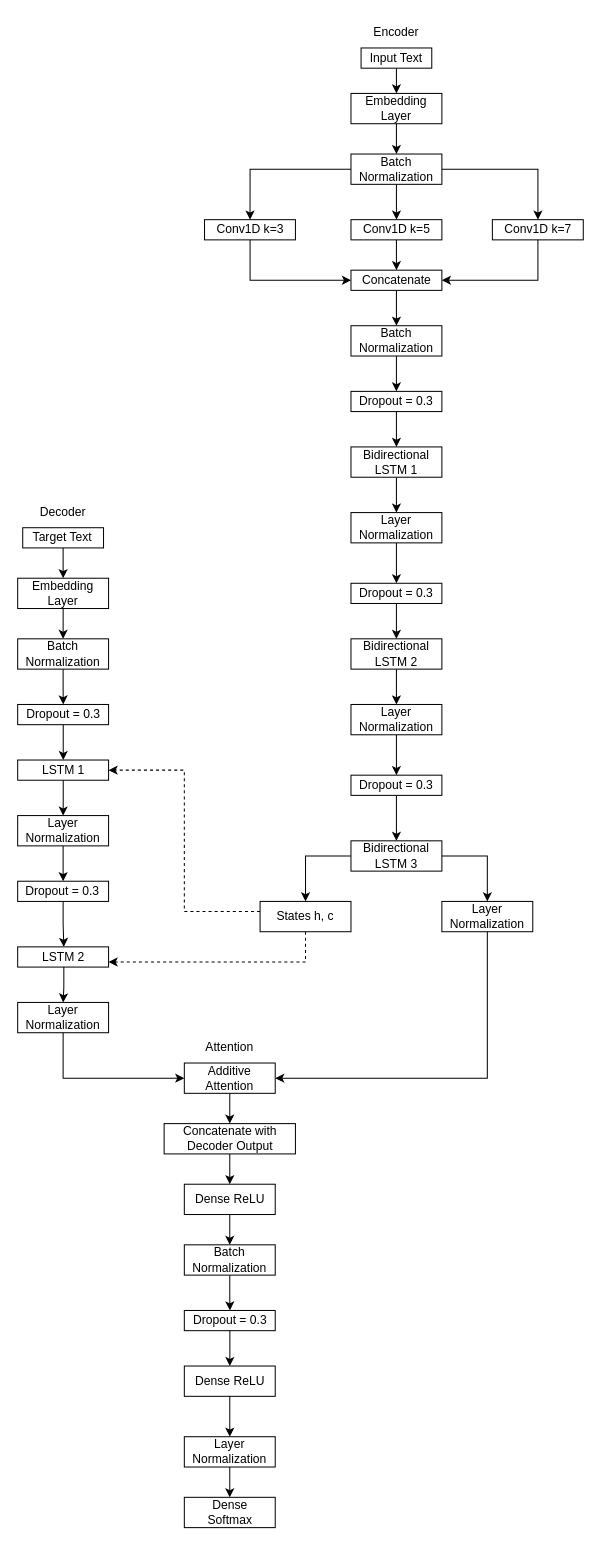
Earlier version of the draw.io diagram Untitled Diagram.drawio (y-lims/DADS7203_NLP). Source tidied: cells renumbered, new cells numbered last; positions are measured from the earlier drawing's top-left corner, leaving out a move shared by most shapes. Both pictures are drawn from the tidied source at 101%, with x=0, y=0 at pixel (17, 17).
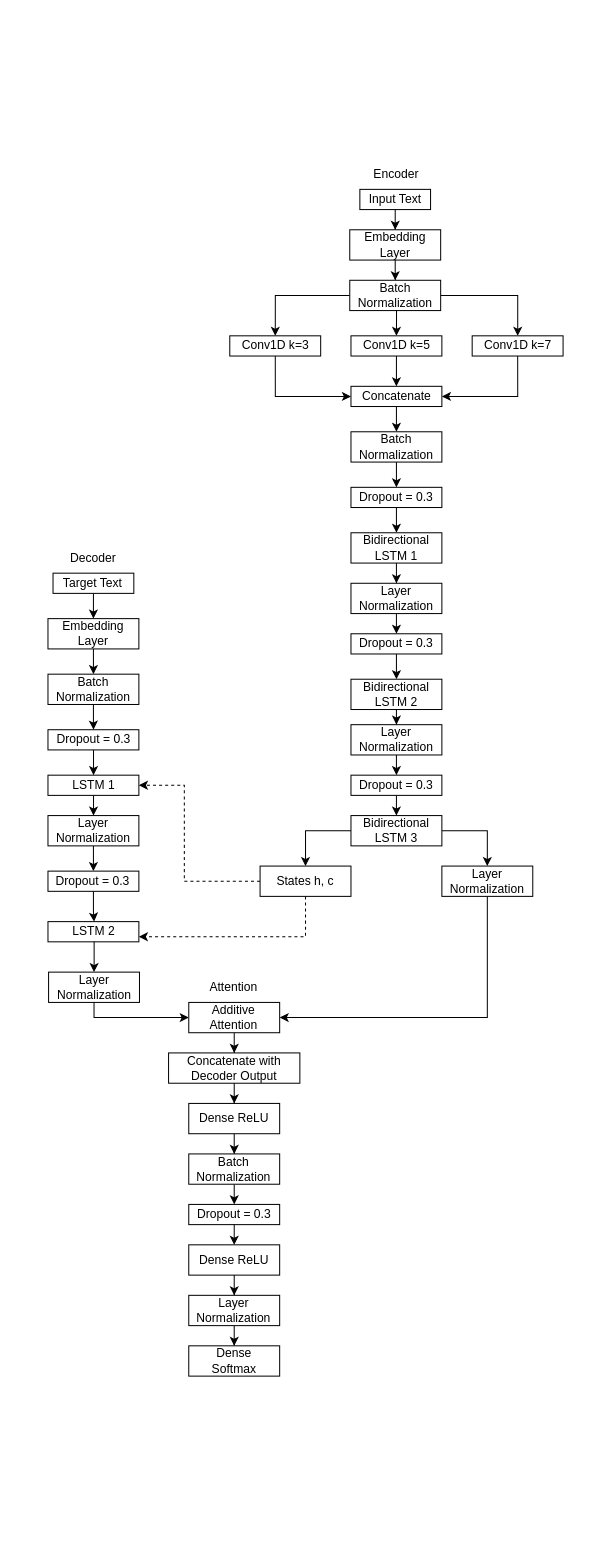
After the change.

Change to the diagram source:
```diff
@@
     <mxCell id="3" style="rounded=0;whiteSpace=wrap;html=1;" parent="1" vertex="1">
-      <mxGeometry x="340" y="30" width="70" height="20" as="geometry" />
+      <mxGeometry x="338.8" y="170" width="70" height="20" as="geometry" />
     </mxCell>
     <mxCell id="4" value="Input Text" style="text;html=1;align=center;verticalAlign=middle;whiteSpace=wrap;rounded=0;" parent="1" vertex="1">
-      <mxGeometry x="345" y="25" width="60" height="30" as="geometry" />
+      <mxGeometry x="343.8" y="165" width="60" height="30" as="geometry" />
     </mxCell>
     <mxCell id="5" value="Encoder" style="text;html=1;align=center;verticalAlign=middle;whiteSpace=wrap;rounded=0;" parent="1" vertex="1">
-      <mxGeometry x="345" width="60" height="30" as="geometry" />
+      <mxGeometry x="345" y="140" width="60" height="30" as="geometry" />
     </mxCell>
@@
     <mxCell id="7" style="rounded=0;whiteSpace=wrap;html=1;" parent="1" vertex="1">
-      <mxGeometry x="330" y="75" width="90" height="30" as="geometry" />
+      <mxGeometry x="328.8" y="210" width="90" height="30" as="geometry" />
     </mxCell>
     <mxCell id="8" value="Embedding Layer" style="text;html=1;align=center;verticalAlign=middle;whiteSpace=wrap;rounded=0;" parent="1" vertex="1">
-      <mxGeometry x="345" y="75" width="60" height="30" as="geometry" />
+      <mxGeometry x="343.8" y="210" width="60" height="30" as="geometry" />
     </mxCell>
-    <mxCell id="9" style="edgeStyle=orthogonalEdgeStyle;rounded=0;jettySize=auto;html=1;entryX=0.5;entryY=0;entryDx=0;entryDy=0;" parent="1" edge="1" source="12" target="16">
-      <mxGeometry relative="1" as="geometry" />
-    </mxCell>
@@
     <mxCell id="12" style="rounded=0;whiteSpace=wrap;html=1;" parent="1" vertex="1">
-      <mxGeometry x="330" y="135" width="90" height="30" as="geometry" />
+      <mxGeometry x="328.8" y="260" width="90" height="30" as="geometry" />
     </mxCell>
+    <mxCell id="113" style="edgeStyle=orthogonalEdgeStyle;rounded=0;jettySize=auto;html=1;exitX=0.5;exitY=1;exitDx=0;exitDy=0;entryX=0.5;entryY=0;entryDx=0;entryDy=0;" parent="1" edge="1" source="13" target="16">
+      <mxGeometry relative="1" as="geometry" />
+    </mxCell>
     <mxCell id="13" value="Batch Normalization" style="text;html=1;align=center;verticalAlign=middle;whiteSpace=wrap;rounded=0;" parent="1" vertex="1">
-      <mxGeometry x="345" y="135" width="60" height="30" as="geometry" />
+      <mxGeometry x="343.8" y="260" width="60" height="30" as="geometry" />
     </mxCell>
@@
     <mxCell id="15" style="rounded=0;whiteSpace=wrap;html=1;" parent="1" vertex="1">
-      <mxGeometry x="330" y="200" width="90" height="20" as="geometry" />
+      <mxGeometry x="330" y="315" width="90" height="20" as="geometry" />
     </mxCell>
     <mxCell id="16" value="Conv1D k=5" style="text;html=1;align=center;verticalAlign=middle;whiteSpace=wrap;rounded=0;" parent="1" vertex="1">
-      <mxGeometry x="338.8" y="200" width="72.5" height="20" as="geometry" />
+      <mxGeometry x="338.8" y="315" width="72.5" height="20" as="geometry" />
     </mxCell>
     <mxCell id="17" style="rounded=0;whiteSpace=wrap;html=1;" parent="1" vertex="1">
-      <mxGeometry x="470" y="200" width="90" height="20" as="geometry" />
+      <mxGeometry x="450" y="315" width="90" height="20" as="geometry" />
     </mxCell>
-    <mxCell id="18" style="edgeStyle=orthogonalEdgeStyle;rounded=0;jettySize=auto;html=1;entryX=1;entryY=0.5;entryDx=0;entryDy=0;" parent="1" edge="1" source="19" target="24">
-      <mxGeometry relative="1" as="geometry">
-        <Array as="points">
-          <mxPoint x="515" y="260" />
-        </Array>
-      </mxGeometry>
+    <mxCell id="18" style="edgeStyle=orthogonalEdgeStyle;rounded=0;jettySize=auto;html=1;exitX=0.5;exitY=1;exitDx=0;exitDy=0;entryX=1;entryY=0.5;entryDx=0;entryDy=0;" parent="1" edge="1" source="19" target="24">
+      <mxGeometry relative="1" as="geometry" />
     </mxCell>
     <mxCell id="19" value="Conv1D k=7" style="text;html=1;align=center;verticalAlign=middle;whiteSpace=wrap;rounded=0;" parent="1" vertex="1">
-      <mxGeometry x="478.8" y="200" width="72.5" height="20" as="geometry" />
+      <mxGeometry x="458.8" y="315" width="72.5" height="20" as="geometry" />
     </mxCell>
     <mxCell id="20" style="rounded=0;whiteSpace=wrap;html=1;" parent="1" vertex="1">
-      <mxGeometry x="185" y="200" width="90" height="20" as="geometry" />
+      <mxGeometry x="210" y="315" width="90" height="20" as="geometry" />
     </mxCell>
-    <mxCell id="21" style="edgeStyle=orthogonalEdgeStyle;rounded=0;jettySize=auto;html=1;entryX=0;entryY=0.5;entryDx=0;entryDy=0;" parent="1" edge="1" source="22" target="24">
-      <mxGeometry relative="1" as="geometry">
-        <Array as="points">
-          <mxPoint x="230" y="260" />
-        </Array>
-      </mxGeometry>
+    <mxCell id="21" style="edgeStyle=orthogonalEdgeStyle;rounded=0;jettySize=auto;html=1;exitX=0.5;exitY=1;exitDx=0;exitDy=0;entryX=0;entryY=0.5;entryDx=0;entryDy=0;" parent="1" edge="1" source="22" target="24">
+      <mxGeometry relative="1" as="geometry" />
     </mxCell>
     <mxCell id="22" value="Conv1D k=3" style="text;html=1;align=center;verticalAlign=middle;whiteSpace=wrap;rounded=0;" parent="1" vertex="1">
-      <mxGeometry x="193.8" y="200" width="72.5" height="20" as="geometry" />
+      <mxGeometry x="218.8" y="315" width="72.5" height="20" as="geometry" />
     </mxCell>
@@
     <mxCell id="24" style="rounded=0;whiteSpace=wrap;html=1;" parent="1" vertex="1">
-      <mxGeometry x="330" y="250" width="90" height="20" as="geometry" />
+      <mxGeometry x="330" y="365" width="90" height="20" as="geometry" />
     </mxCell>
     <mxCell id="25" value="Concatenate" style="text;html=1;align=center;verticalAlign=middle;whiteSpace=wrap;rounded=0;" parent="1" vertex="1">
-      <mxGeometry x="342.5" y="250" width="65" height="20" as="geometry" />
+      <mxGeometry x="342.5" y="365" width="65" height="20" as="geometry" />
     </mxCell>
@@
     <mxCell id="27" style="rounded=0;whiteSpace=wrap;html=1;" parent="1" vertex="1">
-      <mxGeometry x="330" y="305" width="90" height="30" as="geometry" />
+      <mxGeometry x="330" y="410" width="90" height="30" as="geometry" />
     </mxCell>
     <mxCell id="28" value="Batch Normalization" style="text;html=1;align=center;verticalAlign=middle;whiteSpace=wrap;rounded=0;" parent="1" vertex="1">
-      <mxGeometry x="345" y="305" width="60" height="30" as="geometry" />
+      <mxGeometry x="345" y="410" width="60" height="30" as="geometry" />
     </mxCell>
     <mxCell id="29" style="rounded=0;whiteSpace=wrap;html=1;" parent="1" vertex="1">
-      <mxGeometry x="330" y="370" width="90" height="20" as="geometry" />
+      <mxGeometry x="330" y="465" width="90" height="20" as="geometry" />
     </mxCell>
@@
     <mxCell id="31" value="Dropout = 0.3" style="text;html=1;align=center;verticalAlign=middle;whiteSpace=wrap;rounded=0;" parent="1" vertex="1">
-      <mxGeometry x="331.2" y="370" width="87.5" height="20" as="geometry" />
+      <mxGeometry x="331.2" y="465" width="87.5" height="20" as="geometry" />
     </mxCell>
@@
     <mxCell id="33" style="rounded=0;whiteSpace=wrap;html=1;" parent="1" vertex="1">
-      <mxGeometry x="330" y="425" width="90" height="30" as="geometry" />
+      <mxGeometry x="330" y="510" width="90" height="30" as="geometry" />
     </mxCell>
     <mxCell id="34" value="Bidirectional LSTM 1" style="text;html=1;align=center;verticalAlign=middle;whiteSpace=wrap;rounded=0;" parent="1" vertex="1">
-      <mxGeometry x="345" y="425" width="60" height="30" as="geometry" />
+      <mxGeometry x="345" y="510" width="60" height="30" as="geometry" />
     </mxCell>
@@
     <mxCell id="36" style="rounded=0;whiteSpace=wrap;html=1;" parent="1" vertex="1">
-      <mxGeometry x="330" y="490" width="90" height="30" as="geometry" />
+      <mxGeometry x="330" y="560" width="90" height="30" as="geometry" />
     </mxCell>
     <mxCell id="37" value="Layer Normalization" style="text;html=1;align=center;verticalAlign=middle;whiteSpace=wrap;rounded=0;" parent="1" vertex="1">
-      <mxGeometry x="345" y="490" width="60" height="30" as="geometry" />
+      <mxGeometry x="345" y="560" width="60" height="30" as="geometry" />
     </mxCell>
     <mxCell id="38" style="rounded=0;whiteSpace=wrap;html=1;" parent="1" vertex="1">
-      <mxGeometry x="330" y="560" width="90" height="20" as="geometry" />
+      <mxGeometry x="330" y="610" width="90" height="20" as="geometry" />
     </mxCell>
@@
     <mxCell id="40" value="Dropout = 0.3" style="text;html=1;align=center;verticalAlign=middle;whiteSpace=wrap;rounded=0;" parent="1" vertex="1">
-      <mxGeometry x="331.2" y="560" width="87.5" height="20" as="geometry" />
+      <mxGeometry x="331.2" y="610" width="87.5" height="20" as="geometry" />
     </mxCell>
@@
     <mxCell id="42" style="rounded=0;whiteSpace=wrap;html=1;" parent="1" vertex="1">
-      <mxGeometry x="330" y="615" width="90" height="30" as="geometry" />
+      <mxGeometry x="330" y="655" width="90" height="30" as="geometry" />
     </mxCell>
     <mxCell id="43" value="Bidirectional LSTM 2" style="text;html=1;align=center;verticalAlign=middle;whiteSpace=wrap;rounded=0;" parent="1" vertex="1">
-      <mxGeometry x="345" y="615" width="60" height="30" as="geometry" />
+      <mxGeometry x="345" y="655" width="60" height="30" as="geometry" />
     </mxCell>
     <mxCell id="44" style="rounded=0;whiteSpace=wrap;html=1;" parent="1" vertex="1">
-      <mxGeometry x="330" y="680" width="90" height="30" as="geometry" />
+      <mxGeometry x="330" y="700" width="90" height="30" as="geometry" />
     </mxCell>
@@
     <mxCell id="46" value="Layer Normalization" style="text;html=1;align=center;verticalAlign=middle;whiteSpace=wrap;rounded=0;" parent="1" vertex="1">
-      <mxGeometry x="345" y="680" width="60" height="30" as="geometry" />
+      <mxGeometry x="345" y="700" width="60" height="30" as="geometry" />
     </mxCell>
@@
     <mxCell id="52" style="rounded=0;whiteSpace=wrap;html=1;" parent="1" vertex="1">
-      <mxGeometry x="330" y="815" width="90" height="30" as="geometry" />
+      <mxGeometry x="330" y="790" width="90" height="30" as="geometry" />
     </mxCell>
     <mxCell id="53" value="Bidirectional LSTM 3" style="text;html=1;align=center;verticalAlign=middle;whiteSpace=wrap;rounded=0;" parent="1" vertex="1">
-      <mxGeometry x="345" y="815" width="60" height="30" as="geometry" />
+      <mxGeometry x="345" y="790" width="60" height="30" as="geometry" />
     </mxCell>
     <mxCell id="54" style="edgeStyle=orthogonalEdgeStyle;rounded=0;jettySize=auto;html=1;entryX=1;entryY=0.5;entryDx=0;entryDy=0;dashed=1;" parent="1" edge="1" source="55" target="74">
       <mxGeometry relative="1" as="geometry">
         <Array as="points">
-          <mxPoint x="165" y="885" />
-          <mxPoint x="165" y="745" />
+          <mxPoint x="165" y="855" />
+          <mxPoint x="165" y="760" />
         </Array>
       </mxGeometry>
     </mxCell>
     <mxCell id="55" style="rounded=0;whiteSpace=wrap;html=1;" parent="1" vertex="1">
-      <mxGeometry x="240" y="875" width="90" height="30" as="geometry" />
+      <mxGeometry x="240" y="840" width="90" height="30" as="geometry" />
     </mxCell>
@@
     <mxCell id="57" value="States h, c" style="text;html=1;align=center;verticalAlign=middle;whiteSpace=wrap;rounded=0;" parent="1" vertex="1">
-      <mxGeometry x="255" y="875" width="60" height="30" as="geometry" />
+      <mxGeometry x="255" y="840" width="60" height="30" as="geometry" />
     </mxCell>
     <mxCell id="58" style="rounded=0;whiteSpace=wrap;html=1;" parent="1" vertex="1">
-      <mxGeometry x="420" y="875" width="90" height="30" as="geometry" />
+      <mxGeometry x="420" y="840" width="90" height="30" as="geometry" />
     </mxCell>
@@
     <mxCell id="60" value="Layer Normalization" style="text;html=1;align=center;verticalAlign=middle;whiteSpace=wrap;rounded=0;" parent="1" vertex="1">
-      <mxGeometry x="435" y="875" width="60" height="30" as="geometry" />
+      <mxGeometry x="435" y="840" width="60" height="30" as="geometry" />
     </mxCell>
     <mxCell id="61" style="rounded=0;whiteSpace=wrap;html=1;" parent="1" vertex="1">
-      <mxGeometry x="5" y="505" width="80" height="20" as="geometry" />
+      <mxGeometry x="35" y="550" width="80" height="20" as="geometry" />
     </mxCell>
@@
     <mxCell id="63" value="Target Text" style="text;html=1;align=center;verticalAlign=middle;whiteSpace=wrap;rounded=0;" parent="1" vertex="1">
-      <mxGeometry x="14.4" y="505" width="61.2" height="20" as="geometry" />
+      <mxGeometry x="44.4" y="550" width="61.2" height="20" as="geometry" />
     </mxCell>
     <mxCell id="64" value="Decoder" style="text;html=1;align=center;verticalAlign=middle;whiteSpace=wrap;rounded=0;" parent="1" vertex="1">
-      <mxGeometry x="15" y="475" width="60" height="30" as="geometry" />
+      <mxGeometry x="45" y="520" width="60" height="30" as="geometry" />
     </mxCell>
     <mxCell id="65" style="rounded=0;whiteSpace=wrap;html=1;" parent="1" vertex="1">
-      <mxGeometry y="555" width="90" height="30" as="geometry" />
+      <mxGeometry x="30" y="595" width="90" height="30" as="geometry" />
     </mxCell>
@@
     <mxCell id="67" value="Embedding Layer" style="text;html=1;align=center;verticalAlign=middle;whiteSpace=wrap;rounded=0;" parent="1" vertex="1">
-      <mxGeometry x="15" y="555" width="60" height="30" as="geometry" />
+      <mxGeometry x="45" y="595" width="60" height="30" as="geometry" />
     </mxCell>
     <mxCell id="68" style="rounded=0;whiteSpace=wrap;html=1;" parent="1" vertex="1">
-      <mxGeometry y="615" width="90" height="30" as="geometry" />
+      <mxGeometry x="30" y="650" width="90" height="30" as="geometry" />
     </mxCell>
@@
     <mxCell id="70" value="Batch Normalization" style="text;html=1;align=center;verticalAlign=middle;whiteSpace=wrap;rounded=0;" parent="1" vertex="1">
-      <mxGeometry x="15" y="615" width="60" height="30" as="geometry" />
+      <mxGeometry x="45" y="650" width="60" height="30" as="geometry" />
     </mxCell>
     <mxCell id="71" style="rounded=0;whiteSpace=wrap;html=1;" parent="1" vertex="1">
-      <mxGeometry y="680" width="90" height="20" as="geometry" />
+      <mxGeometry x="30" y="705" width="90" height="20" as="geometry" />
     </mxCell>
@@
     <mxCell id="73" value="Dropout = 0.3" style="text;html=1;align=center;verticalAlign=middle;whiteSpace=wrap;rounded=0;" parent="1" vertex="1">
-      <mxGeometry x="3.8" y="680" width="82.5" height="20" as="geometry" />
+      <mxGeometry x="33.8" y="705" width="82.5" height="20" as="geometry" />
     </mxCell>
     <mxCell id="74" style="rounded=0;whiteSpace=wrap;html=1;" parent="1" vertex="1">
-      <mxGeometry y="735" width="90" height="20" as="geometry" />
+      <mxGeometry x="30" y="750" width="90" height="20" as="geometry" />
     </mxCell>
@@
     <mxCell id="76" value="LSTM 1" style="text;html=1;align=center;verticalAlign=middle;whiteSpace=wrap;rounded=0;" parent="1" vertex="1">
-      <mxGeometry x="3.8" y="735" width="82.5" height="20" as="geometry" />
+      <mxGeometry x="33.8" y="750" width="82.5" height="20" as="geometry" />
     </mxCell>
     <mxCell id="77" style="rounded=0;whiteSpace=wrap;html=1;" parent="1" vertex="1">
-      <mxGeometry y="790" width="90" height="30" as="geometry" />
+      <mxGeometry x="30" y="790" width="90" height="30" as="geometry" />
     </mxCell>
@@
     <mxCell id="79" value="Layer Normalization" style="text;html=1;align=center;verticalAlign=middle;whiteSpace=wrap;rounded=0;" parent="1" vertex="1">
-      <mxGeometry x="15" y="790" width="60" height="30" as="geometry" />
+      <mxGeometry x="45" y="790" width="60" height="30" as="geometry" />
     </mxCell>
     <mxCell id="80" style="rounded=0;whiteSpace=wrap;html=1;" parent="1" vertex="1">
-      <mxGeometry y="855" width="90" height="20" as="geometry" />
+      <mxGeometry x="30" y="845" width="90" height="20" as="geometry" />
     </mxCell>
@@
     <mxCell id="82" value="Dropout = 0.3" style="text;html=1;align=center;verticalAlign=middle;whiteSpace=wrap;rounded=0;" parent="1" vertex="1">
-      <mxGeometry x="4.4" y="855" width="81.2" height="20" as="geometry" />
+      <mxGeometry x="34.4" y="845" width="81.2" height="20" as="geometry" />
     </mxCell>
     <mxCell id="83" style="rounded=0;whiteSpace=wrap;html=1;" parent="1" vertex="1">
-      <mxGeometry y="920" width="90" height="20" as="geometry" />
+      <mxGeometry x="30" y="895" width="90" height="20" as="geometry" />
     </mxCell>
@@
     <mxCell id="85" value="LSTM 2" style="text;html=1;align=center;verticalAlign=middle;whiteSpace=wrap;rounded=0;" parent="1" vertex="1">
-      <mxGeometry x="4.4" y="920" width="82.5" height="20" as="geometry" />
+      <mxGeometry x="34.4" y="895" width="82.5" height="20" as="geometry" />
     </mxCell>
     <mxCell id="86" style="rounded=0;whiteSpace=wrap;html=1;" parent="1" vertex="1">
-      <mxGeometry y="975" width="90" height="30" as="geometry" />
+      <mxGeometry x="30.6" y="945" width="90" height="30" as="geometry" />
     </mxCell>
-    <mxCell id="87" style="edgeStyle=orthogonalEdgeStyle;rounded=0;jettySize=auto;html=1;exitX=0.5;exitY=1;exitDx=0;exitDy=0;entryX=0;entryY=0.5;entryDx=0;entryDy=0;" parent="1" edge="1" source="88" target="90">
-      <mxGeometry relative="1" as="geometry" />
+    <mxCell id="87" style="edgeStyle=orthogonalEdgeStyle;rounded=0;jettySize=auto;html=1;entryX=0;entryY=0.5;entryDx=0;entryDy=0;" parent="1" edge="1" source="88" target="90">
+      <mxGeometry relative="1" as="geometry">
+        <Array as="points">
+          <mxPoint x="76" y="990" />
+        </Array>
+      </mxGeometry>
     </mxCell>
     <mxCell id="88" value="Layer Normalization" style="text;html=1;align=center;verticalAlign=middle;whiteSpace=wrap;rounded=0;" parent="1" vertex="1">
-      <mxGeometry x="15" y="975" width="60" height="30" as="geometry" />
+      <mxGeometry x="45.6" y="945" width="60" height="30" as="geometry" />
     </mxCell>
@@
     <mxCell id="90" style="rounded=0;whiteSpace=wrap;html=1;" parent="1" vertex="1">
-      <mxGeometry x="165" y="1035" width="90" height="30" as="geometry" />
+      <mxGeometry x="169.4" y="975" width="90" height="30" as="geometry" />
     </mxCell>
     <mxCell id="91" value="Additive Attention" style="text;html=1;align=center;verticalAlign=middle;whiteSpace=wrap;rounded=0;" parent="1" vertex="1">
-      <mxGeometry x="180" y="1035" width="60" height="30" as="geometry" />
+      <mxGeometry x="184.4" y="975" width="60" height="30" as="geometry" />
     </mxCell>
     <mxCell id="92" value="Attention" style="text;html=1;align=center;verticalAlign=middle;whiteSpace=wrap;rounded=0;" parent="1" vertex="1">
-      <mxGeometry x="180" y="1005" width="60" height="30" as="geometry" />
+      <mxGeometry x="184.4" y="945" width="60" height="30" as="geometry" />
     </mxCell>
     <mxCell id="93" style="rounded=0;whiteSpace=wrap;html=1;" parent="1" vertex="1">
-      <mxGeometry x="145" y="1095" width="130" height="30" as="geometry" />
+      <mxGeometry x="149.4" y="1025" width="130" height="30" as="geometry" />
     </mxCell>
@@
     <mxCell id="95" value="Concatenate with Decoder Output" style="text;html=1;align=center;verticalAlign=middle;whiteSpace=wrap;rounded=0;" parent="1" vertex="1">
-      <mxGeometry x="162.5" y="1095" width="95" height="30" as="geometry" />
+      <mxGeometry x="166.9" y="1025" width="95" height="30" as="geometry" />
     </mxCell>
@@
     <mxCell id="97" style="rounded=0;whiteSpace=wrap;html=1;" parent="1" vertex="1">
-      <mxGeometry x="165" y="1155" width="90" height="30" as="geometry" />
+      <mxGeometry x="169.4" y="1075" width="90" height="30" as="geometry" />
     </mxCell>
     <mxCell id="98" value="Dense ReLU" style="text;html=1;align=center;verticalAlign=middle;whiteSpace=wrap;rounded=0;" parent="1" vertex="1">
-      <mxGeometry x="172.5" y="1155" width="75" height="30" as="geometry" />
+      <mxGeometry x="176.9" y="1075" width="75" height="30" as="geometry" />
     </mxCell>
@@
     <mxCell id="100" style="rounded=0;whiteSpace=wrap;html=1;" parent="1" vertex="1">
-      <mxGeometry x="165" y="1215" width="90" height="30" as="geometry" />
+      <mxGeometry x="169.4" y="1125" width="90" height="30" as="geometry" />
     </mxCell>
     <mxCell id="101" value="Batch Normalization" style="text;html=1;align=center;verticalAlign=middle;whiteSpace=wrap;rounded=0;" parent="1" vertex="1">
-      <mxGeometry x="180" y="1215" width="60" height="30" as="geometry" />
+      <mxGeometry x="184.4" y="1125" width="60" height="30" as="geometry" />
     </mxCell>
     <mxCell id="102" style="rounded=0;whiteSpace=wrap;html=1;" parent="1" vertex="1">
-      <mxGeometry x="165" y="1280" width="90" height="20" as="geometry" />
+      <mxGeometry x="169.4" y="1175" width="90" height="20" as="geometry" />
     </mxCell>
@@
     <mxCell id="104" value="Dropout = 0.3" style="text;html=1;align=center;verticalAlign=middle;whiteSpace=wrap;rounded=0;" parent="1" vertex="1">
-      <mxGeometry x="168.8" y="1280" width="82.5" height="20" as="geometry" />
+      <mxGeometry x="173.1" y="1175" width="82.5" height="20" as="geometry" />
     </mxCell>
     <mxCell id="105" style="rounded=0;whiteSpace=wrap;html=1;" parent="1" vertex="1">
-      <mxGeometry x="165" y="1335" width="90" height="30" as="geometry" />
+      <mxGeometry x="169.4" y="1215" width="90" height="30" as="geometry" />
     </mxCell>
@@
     <mxCell id="107" value="Dense ReLU" style="text;html=1;align=center;verticalAlign=middle;whiteSpace=wrap;rounded=0;" parent="1" vertex="1">
-      <mxGeometry x="172.5" y="1335" width="75" height="30" as="geometry" />
+      <mxGeometry x="176.9" y="1215" width="75" height="30" as="geometry" />
     </mxCell>
@@
     <mxCell id="109" style="rounded=0;whiteSpace=wrap;html=1;" parent="1" vertex="1">
-      <mxGeometry x="165" y="1405" width="90" height="30" as="geometry" />
+      <mxGeometry x="169.4" y="1265" width="90" height="30" as="geometry" />
     </mxCell>
     <mxCell id="110" value="Layer Normalization" style="text;html=1;align=center;verticalAlign=middle;whiteSpace=wrap;rounded=0;" parent="1" vertex="1">
-      <mxGeometry x="180" y="1405" width="60" height="30" as="geometry" />
+      <mxGeometry x="184.4" y="1265" width="60" height="30" as="geometry" />
     </mxCell>
     <mxCell id="111" style="rounded=0;whiteSpace=wrap;html=1;" parent="1" vertex="1">
-      <mxGeometry x="165" y="1465" width="90" height="30" as="geometry" />
+      <mxGeometry x="169.4" y="1315" width="90" height="30" as="geometry" />
     </mxCell>
     <mxCell id="112" value="Dense Softmax" style="text;html=1;align=center;verticalAlign=middle;whiteSpace=wrap;rounded=0;" parent="1" vertex="1">
-      <mxGeometry x="172.5" y="1465" width="75" height="30" as="geometry" />
+      <mxGeometry x="176.9" y="1315" width="75" height="30" as="geometry" />
     </mxCell>
```
